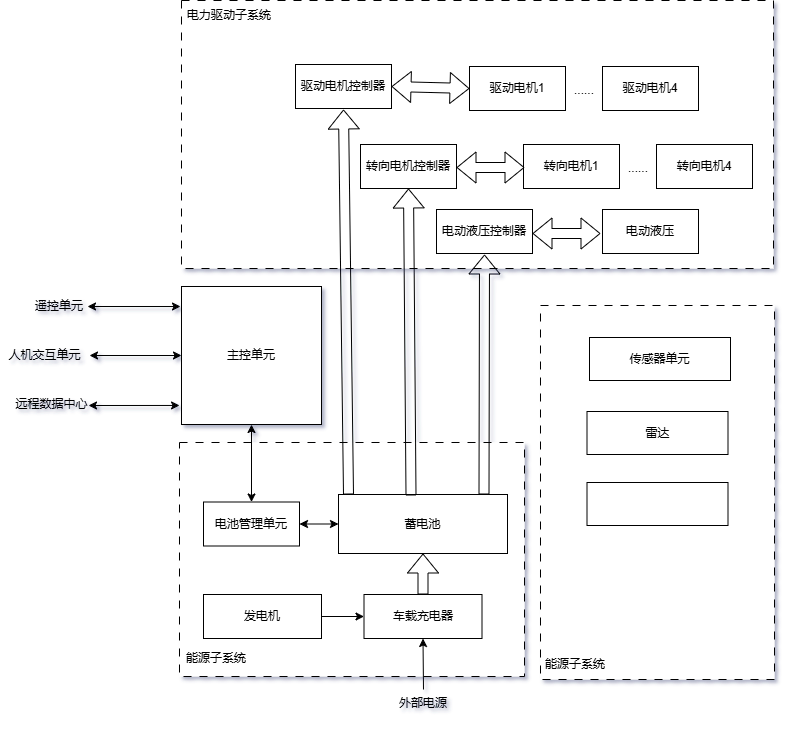
Before: Car/整车控制原理.drawio.png, a diagram exported from draw.io (sirius-zyj/Images). Source tidied: cells renumbered, new cells last; positions are measured from the earlier drawing's top-left corner, leaving out a move shared by most shapes.
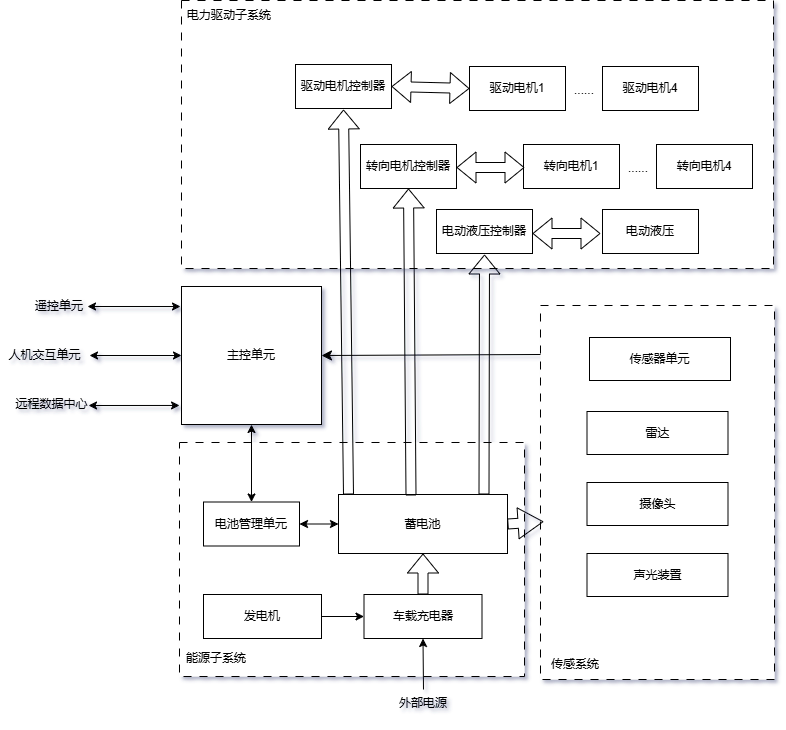
The same file after the commit.

Commit message:
更新整车控制原理.drawio.png

What changed in the source:
```diff
@@ -97,7 +97,7 @@
     <mxCell id="28" value="能源子系统" style="text;html=1;align=center;verticalAlign=middle;whiteSpace=wrap;rounded=0;" parent="1" vertex="1">
       <mxGeometry x="181" y="643" width="70" height="30" as="geometry" />
     </mxCell>
-    <mxCell id="29" value="能源子系统" style="text;html=1;align=center;verticalAlign=middle;whiteSpace=wrap;rounded=0;" parent="1" vertex="1">
+    <mxCell id="29" value="传感系统" style="text;html=1;align=center;verticalAlign=middle;whiteSpace=wrap;rounded=0;" parent="1" vertex="1">
       <mxGeometry x="540" y="649" width="70" height="30" as="geometry" />
     </mxCell>
     <mxCell id="30" value="传感器单元" style="rounded=0;whiteSpace=wrap;html=1;" parent="1" vertex="1">
@@ -147,8 +147,17 @@
     <mxCell id="42" value="雷达" style="rounded=0;whiteSpace=wrap;html=1;" parent="1" vertex="1">
       <mxGeometry x="586.5" y="411" width="141" height="43" as="geometry" />
     </mxCell>
-    <mxCell id="43" style="rounded=0;whiteSpace=wrap;html=1;" parent="1" vertex="1">
+    <mxCell id="43" value="摄像头" style="rounded=0;whiteSpace=wrap;html=1;" parent="1" vertex="1">
       <mxGeometry x="586.5" y="482" width="141" height="43" as="geometry" />
     </mxCell>
+    <mxCell id="44" value="声光装置" style="rounded=0;whiteSpace=wrap;html=1;" parent="1" vertex="1">
+      <mxGeometry x="586.5" y="553" width="141" height="43" as="geometry" />
+    </mxCell>
+    <mxCell id="45" style="shape=flexArrow;endArrow=classic;html=1;rounded=0;fontSize=12;startSize=8;endSize=8;curved=1;exitX=1;exitY=0.5;exitDx=0;exitDy=0;entryX=0.013;entryY=0.578;entryDx=0;entryDy=0;entryPerimeter=0;" parent="1" edge="1" source="17" target="27">
+      <mxGeometry relative="1" as="geometry" />
+    </mxCell>
+    <mxCell id="46" style="endArrow=classic;html=1;rounded=0;fontSize=12;startSize=8;endSize=8;curved=1;exitX=0;exitY=0.131;exitDx=0;exitDy=0;exitPerimeter=0;entryX=1;entryY=0.5;entryDx=0;entryDy=0;" parent="1" edge="1" source="27" target="14">
+      <mxGeometry relative="1" as="geometry" />
+    </mxCell>
   </root>
 </mxGraphModel>
```
